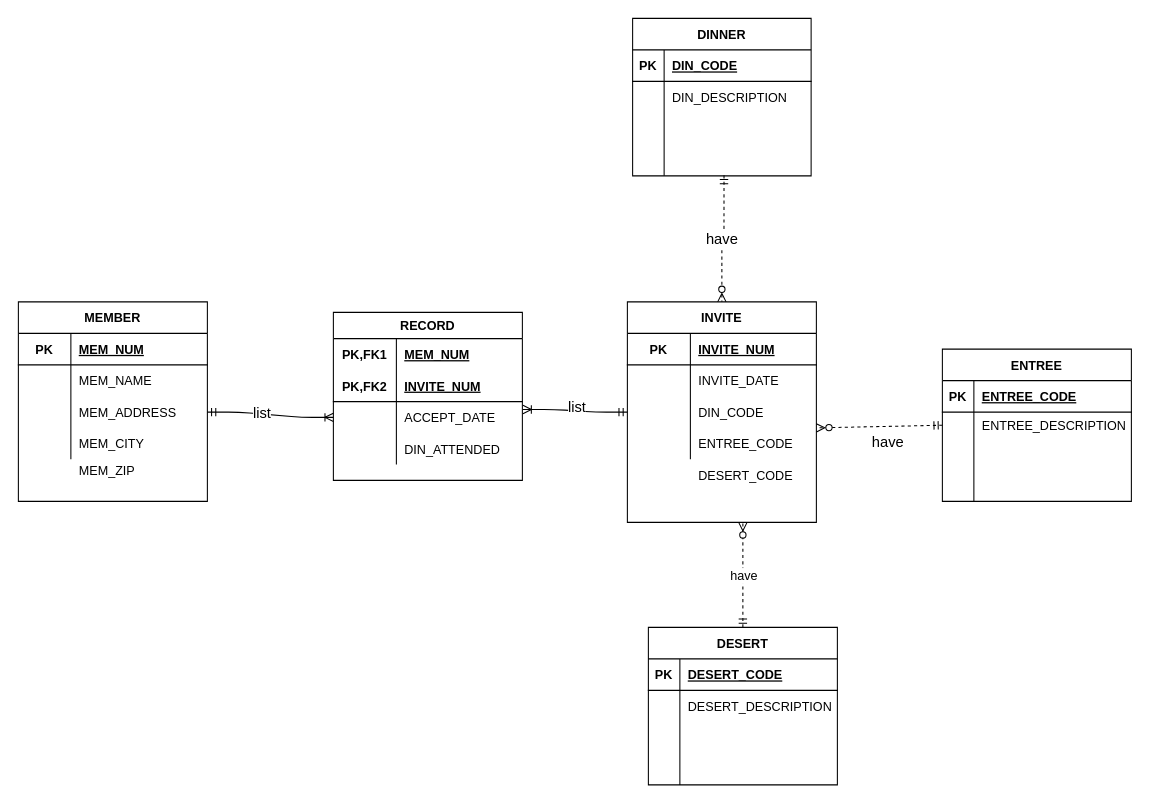
This is Unaam.drawio from ichigoooo/ichigo, a draw.io file, before an edit. Source tidied: cells renumbered, new cells numbered last; positions are measured from the earlier drawing's top-left corner, leaving out a move shared by most shapes. Both pictures are drawn from the tidied source at 105%, with x=0, y=0 at pixel (18, 18).
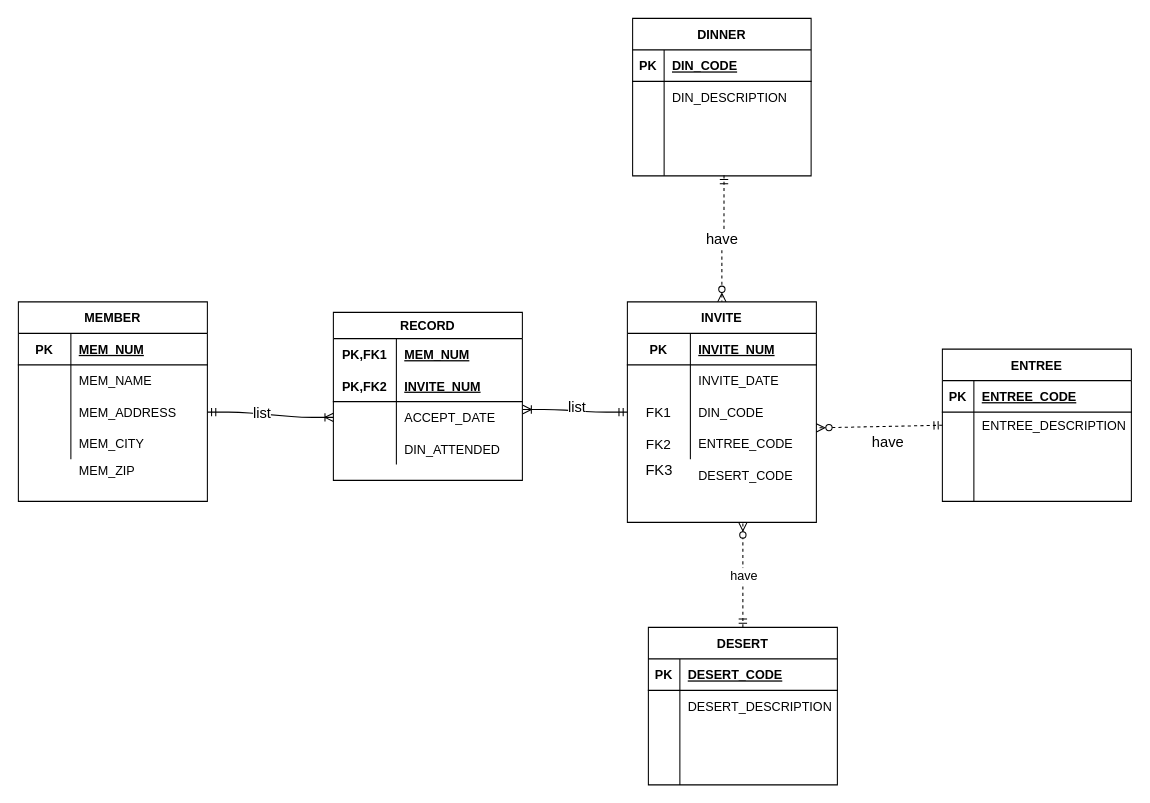
After the change.

The change refers to these unchanged cells:
```xml
<mxCell id="36" style="shape=partialRectangle;fillColor=none;top=0;left=0;bottom=0;right=0;points=[[0,0.5],[1,0.5]];portConstraint=eastwest;" parent="29" vertex="1">
  <mxGeometry y="90" width="180" height="30" as="geometry" />
</mxCell>
<mxCell id="39" style="shape=partialRectangle;fillColor=none;top=0;left=0;bottom=0;right=0;points=[[0,0.5],[1,0.5]];portConstraint=eastwest;" parent="29" vertex="1">
  <mxGeometry y="120" width="180" height="30" as="geometry" />
</mxCell>
```

The edit, as a diff of the source:
```diff
@@
-    <mxCell id="37" style="shape=partialRectangle;fillColor=none;top=0;left=0;bottom=0;right=0;overflow=hidden;" parent="36" vertex="1">
+    <mxCell id="37" value="FK1" style="shape=partialRectangle;fillColor=none;top=0;left=0;bottom=0;right=0;overflow=hidden;fontSize=13;" parent="36" vertex="1">
       <mxGeometry width="60" height="30" as="geometry" />
     </mxCell>
@@
-    <mxCell id="40" style="shape=partialRectangle;fillColor=none;top=0;left=0;bottom=0;right=0;overflow=hidden;" parent="39" vertex="1">
+    <mxCell id="40" value="FK2" style="shape=partialRectangle;fillColor=none;top=0;left=0;bottom=0;right=0;overflow=hidden;fontSize=13;" parent="39" vertex="1">
       <mxGeometry width="60" height="30" as="geometry" />
     </mxCell>
@@
+    <mxCell id="91" value="FK3" style="text;html=1;align=center;verticalAlign=middle;fontSize=14;" parent="1" vertex="1">
+      <mxGeometry x="590" y="420" width="40" height="20" as="geometry" />
+    </mxCell>
```
